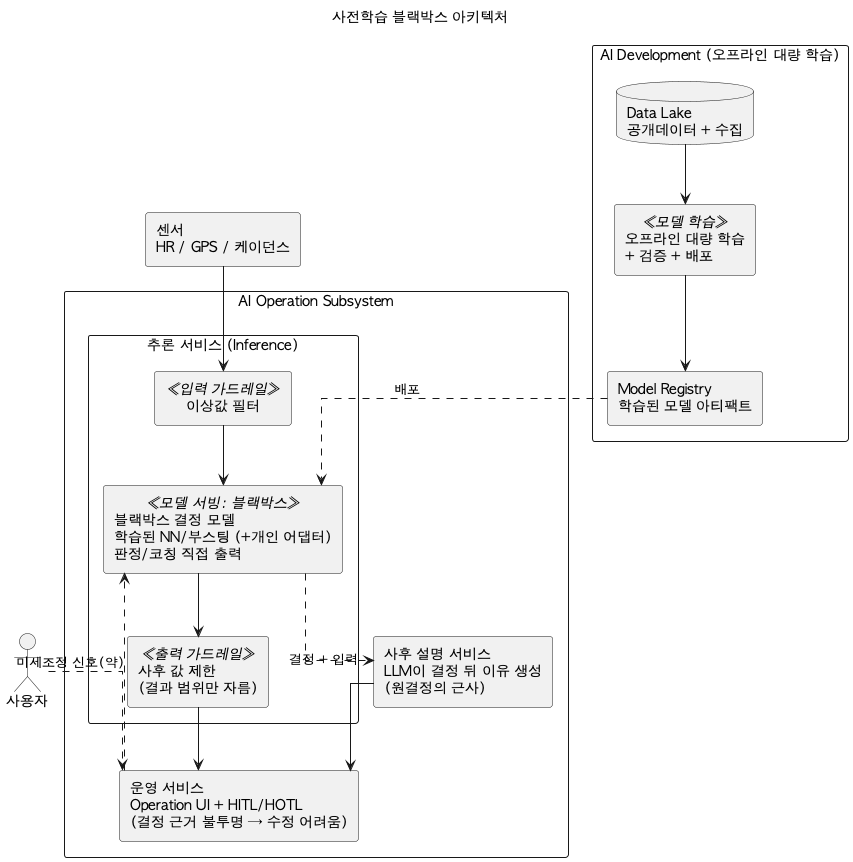
tenyearslove/zone2runner keeps this PlantUML diagram as arch/diagrams/04b-counter-component-cnc-simple.png. Above is the earlier version.
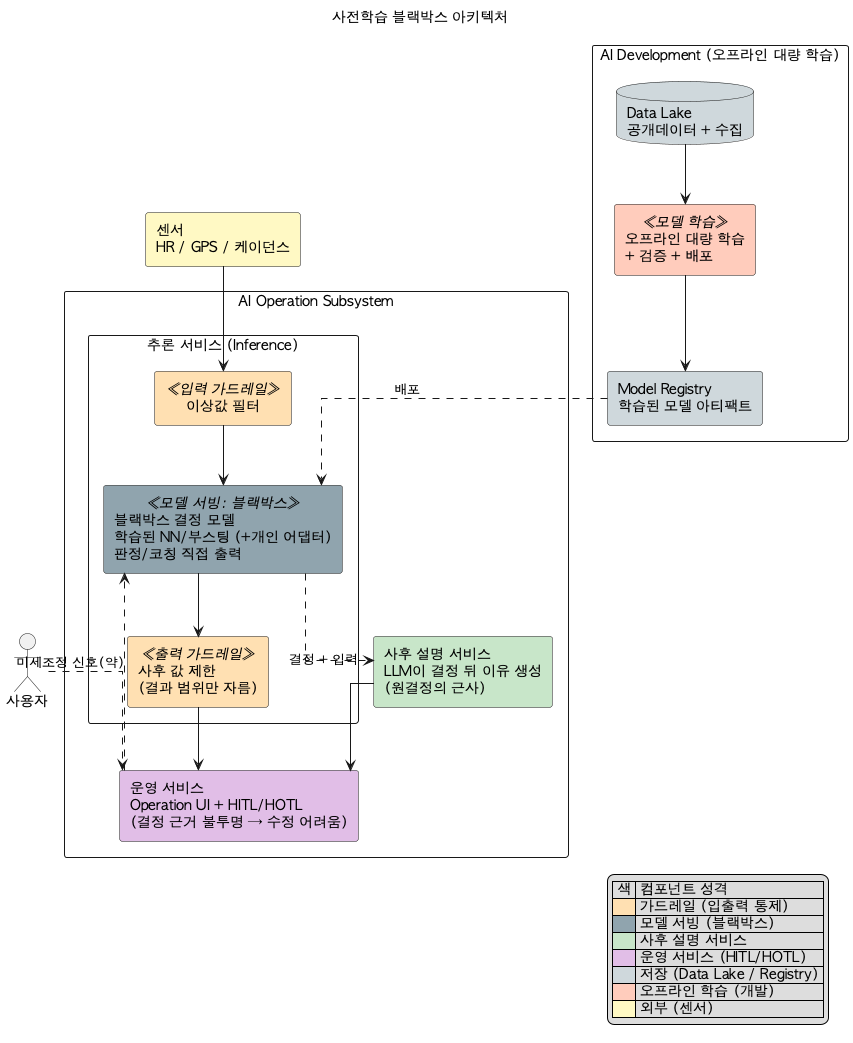
After the change.

Commit message:
docs(arch): 축약 도식에 컴포넌트 성격별 색상 + 범례 추가

Diff of the diagram source:
```diff
@@ -7,24 +7,24 @@
 skinparam linetype ortho
 
 actor "사용자" as User
-component "센서\nHR / GPS / 케이던스" as Sensors
+component "센서\nHR / GPS / 케이던스" as Sensors #FFF9C4
 
 package "AI Operation Subsystem" {
   package "추론 서비스 (Inference)" as INF {
-    component "이상값 필터" <<입력 가드레일>> as IG
-    component "블랙박스 결정 모델\n학습된 NN/부스팅 (+개인 어댑터)\n판정/코칭 직접 출력" <<모델 서빙: 블랙박스>> as MODEL
-    component "사후 값 제한\n(결과 범위만 자름)" <<출력 가드레일>> as OG
+    component "이상값 필터" <<입력 가드레일>> as IG #FFE0B2
+    component "블랙박스 결정 모델\n학습된 NN/부스팅 (+개인 어댑터)\n판정/코칭 직접 출력" <<모델 서빙: 블랙박스>> as MODEL #90A4AE
+    component "사후 값 제한\n(결과 범위만 자름)" <<출력 가드레일>> as OG #FFE0B2
     IG --> MODEL
     MODEL --> OG
   }
-  component "사후 설명 서비스\nLLM이 결정 뒤 이유 생성\n(원결정의 근사)" as POST
-  component "운영 서비스\nOperation UI + HITL/HOTL\n(결정 근거 불투명 → 수정 어려움)" as OPS
+  component "사후 설명 서비스\nLLM이 결정 뒤 이유 생성\n(원결정의 근사)" as POST #C8E6C9
+  component "운영 서비스\nOperation UI + HITL/HOTL\n(결정 근거 불투명 → 수정 어려움)" as OPS #E1BEE7
 }
 
 package "AI Development (오프라인 대량 학습)" as DEV {
-  database "Data Lake\n공개데이터 + 수집" as DL
-  component "오프라인 대량 학습\n+ 검증 + 배포" <<모델 학습>> as TRAIN
-  component "Model Registry\n학습된 모델 아티팩트" as REG
+  database "Data Lake\n공개데이터 + 수집" as DL #CFD8DC
+  component "오프라인 대량 학습\n+ 검증 + 배포" <<모델 학습>> as TRAIN #FFCCBC
+  component "Model Registry\n학습된 모델 아티팩트" as REG #CFD8DC
   DL --> TRAIN
   TRAIN --> REG
 }
@@ -36,4 +36,15 @@
 User ..> OPS
 REG ..> MODEL : 배포
 OPS ..> MODEL : 미세조정 신호(약)
+
+legend right
+|= 색 |= 컴포넌트 성격 |
+|<#FFE0B2>| 가드레일 (입출력 통제) |
+|<#90A4AE>| 모델 서빙 (블랙박스) |
+|<#C8E6C9>| 사후 설명 서비스 |
+|<#E1BEE7>| 운영 서비스 (HITL/HOTL) |
+|<#CFD8DC>| 저장 (Data Lake / Registry) |
+|<#FFCCBC>| 오프라인 학습 (개발) |
+|<#FFF9C4>| 외부 (센서) |
+endlegend
 @enduml
```
